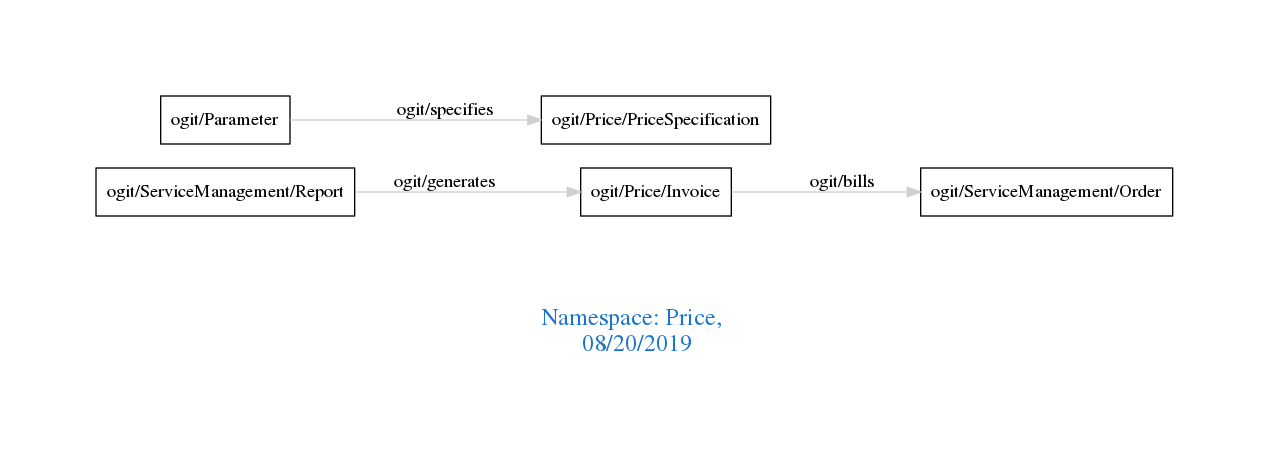
Before: downloads/Price.png, a diagram exported from Graphviz (arago/OGIT). Its source is kept beside it as downloads/Price.dot.
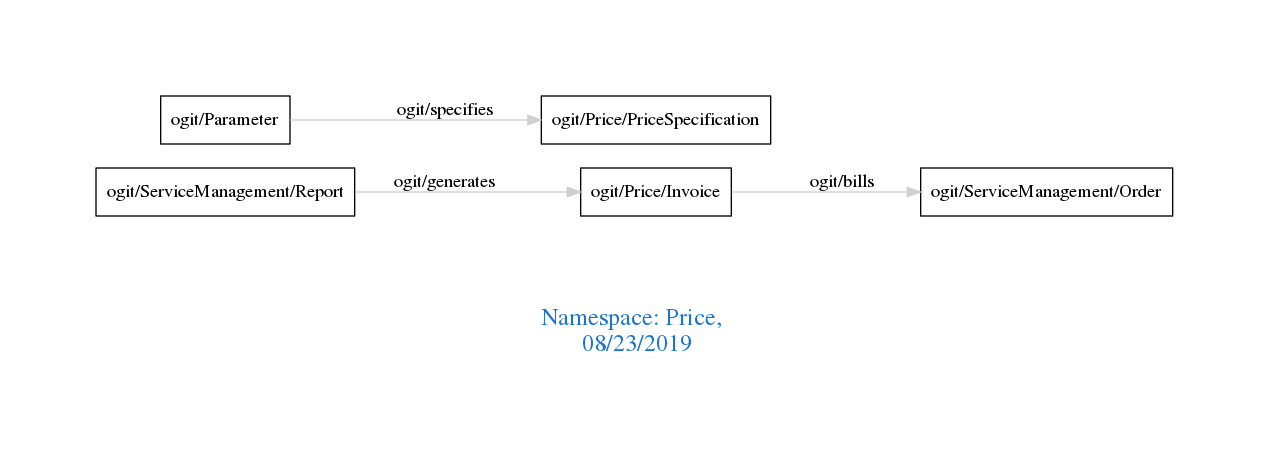
After the commit.

The edit, as a diff of the source:
```diff
@@ -1,7 +1,7 @@
 digraph OGIT_ontology {
  graph [ rankdir= LR,pad=1
 fontsize = 18,
-fontcolor= dodgerblue3,label = "\n\n\nNamespace: Price, \n 08/20/2019"];
+fontcolor= dodgerblue3,label = "\n\n\nNamespace: Price, \n 08/23/2019"];
 node[shape=polygon];
 edge [  color="gray81"];
 
```
